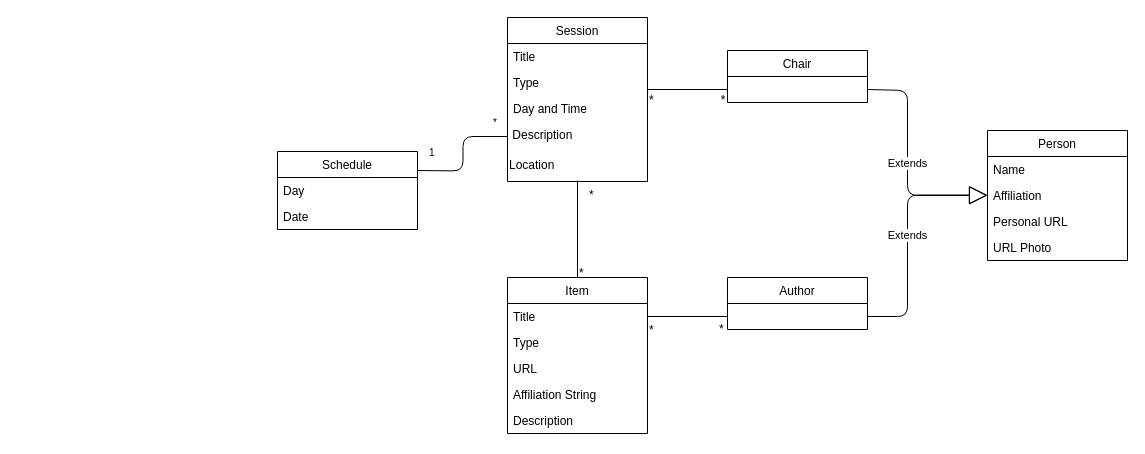
Earlier version of the draw.io diagram docs/DomainModel.drawio (softeng-feup/open-cx-mr-simba). Source tidied: cells renumbered, new cells numbered last; positions are measured from the earlier drawing's top-left corner, leaving out a move shared by most shapes. Both pictures are drawn from the tidied source at 100%, with x=0, y=0 at pixel (277, 17).
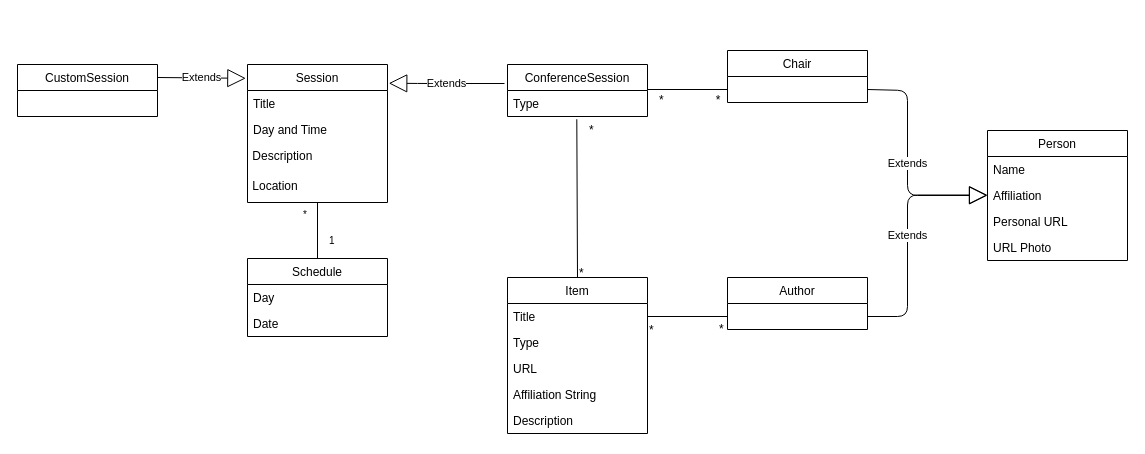
The same page after the edit.

The change refers to these unchanged cells:
```xml
<mxCell id="8" value="Item" style="swimlane;fontStyle=0;horizontal=1;startSize=26;fillColor=none;" parent="1" vertex="1">
  <mxGeometry x="230" y="260" width="140" height="156" as="geometry" />
</mxCell>
```

Change to the diagram source:
```diff
@@
     <mxCell id="2" value="Session" style="swimlane;fontStyle=0;horizontal=1;startSize=26;fillColor=none;" parent="1" vertex="1">
-      <mxGeometry x="230" width="140" height="164" as="geometry" />
+      <mxGeometry x="-30" y="47" width="140" height="138" as="geometry" />
     </mxCell>
@@
-    <mxCell id="4" value="Type" style="text;strokeColor=none;fillColor=none;align=left;verticalAlign=top;spacingLeft=4;spacingRight=4;overflow=hidden;points=[[0,0.5],[1,0.5]];portConstraint=eastwest;" parent="2" vertex="1">
-      <mxGeometry y="52" width="140" height="26" as="geometry" />
-    </mxCell>
     <mxCell id="5" value="Day and Time" style="text;strokeColor=none;fillColor=none;align=left;verticalAlign=top;spacingLeft=4;spacingRight=4;overflow=hidden;" parent="2" vertex="1">
-      <mxGeometry y="78" width="140" height="26" as="geometry" />
+      <mxGeometry y="52" width="140" height="26" as="geometry" />
     </mxCell>
     <mxCell id="6" value="&amp;nbsp;Description" style="text;html=1;" parent="2" vertex="1">
-      <mxGeometry y="104" width="140" height="30" as="geometry" />
+      <mxGeometry y="78" width="140" height="30" as="geometry" />
     </mxCell>
-    <mxCell id="7" value="Location" style="text;html=1;" parent="2" vertex="1">
-      <mxGeometry y="134" width="140" height="30" as="geometry" />
+    <mxCell id="7" value="&amp;nbsp;Location" style="text;html=1;" parent="2" vertex="1">
+      <mxGeometry y="108" width="140" height="30" as="geometry" />
     </mxCell>
@@
-    <mxCell id="23" style="endArrow=none;html=1;exitX=0.5;exitY=0;exitDx=0;exitDy=0;" parent="1" edge="1" source="8">
-      <mxGeometry relative="1" as="geometry">
-        <mxPoint x="300" y="163" as="targetPoint" />
-      </mxGeometry>
+    <mxCell id="23" style="endArrow=none;html=1;exitX=0.5;exitY=0;exitDx=0;exitDy=0;entryX=0.495;entryY=1.106;entryDx=0;entryDy=0;entryPerimeter=0;" parent="1" edge="1" source="8" target="4">
+      <mxGeometry relative="1" as="geometry" />
     </mxCell>
     <mxCell id="24" value="*" style="text;html=1;align=left;verticalAlign=top;spacingTop=-4;" parent="1" vertex="1">
-      <mxGeometry x="310" y="168" width="20" height="20" as="geometry" />
+      <mxGeometry x="310" y="103" width="20" height="20" as="geometry" />
     </mxCell>
@@
     <mxCell id="31" value="&lt;div&gt;*&lt;/div&gt;&lt;div&gt;&lt;br&gt;&lt;/div&gt;" style="text;html=1;align=left;verticalAlign=top;spacingTop=-4;" parent="1" vertex="1">
-      <mxGeometry x="370" y="73" width="20" height="30" as="geometry" />
+      <mxGeometry x="380" y="73" width="20" height="30" as="geometry" />
     </mxCell>
     <mxCell id="32" value="&amp;nbsp; *" style="text;html=1;align=left;verticalAlign=top;spacingTop=-4;" parent="1" vertex="1">
-      <mxGeometry x="435" y="73" width="30" height="20" as="geometry" />
+      <mxGeometry x="430" y="73" width="30" height="20" as="geometry" />
     </mxCell>
     <mxCell id="33" value="Schedule" style="swimlane;fontStyle=0;horizontal=1;startSize=26;fillColor=none;" parent="1" vertex="1">
-      <mxGeometry y="134" width="140" height="78" as="geometry" />
+      <mxGeometry x="-30" y="241" width="140" height="78" as="geometry" />
     </mxCell>
@@
-    <mxCell id="36" style="endArrow=none;html=1;edgeStyle=orthogonalEdgeStyle;entryX=0;entryY=0.5;entryDx=0;entryDy=0;" parent="1" edge="1" target="6">
+    <mxCell id="36" style="endArrow=none;html=1;edgeStyle=orthogonalEdgeStyle;exitX=0.5;exitY=0;exitDx=0;exitDy=0;" parent="1" edge="1" source="33">
       <mxGeometry relative="1" as="geometry">
-        <mxPoint x="140" y="153" as="sourcePoint" />
+        <mxPoint x="40" y="185" as="targetPoint" />
       </mxGeometry>
     </mxCell>
@@
     <mxCell id="38" value="*" style="html=1;align=right;verticalAlign=bottom;labelBackgroundColor=#ffffff;fontSize=10;" parent="36" vertex="1">
       <mxGeometry x="1" relative="1" as="geometry">
-        <mxPoint x="-10" y="-6" as="offset" />
+        <mxPoint x="-10" y="20" as="offset" />
       </mxGeometry>
     </mxCell>
+    <mxCell id="39" value="ConferenceSession" style="swimlane;fontStyle=0;horizontal=1;startSize=26;fillColor=none;" parent="1" vertex="1">
+      <mxGeometry x="230" y="47" width="140" height="52" as="geometry" />
+    </mxCell>
+    <mxCell id="4" value="Type" style="text;strokeColor=none;fillColor=none;align=left;verticalAlign=top;spacingLeft=4;spacingRight=4;overflow=hidden;points=[[0,0.5],[1,0.5]];portConstraint=eastwest;" parent="39" vertex="1">
+      <mxGeometry y="26" width="140" height="26" as="geometry" />
+    </mxCell>
+    <mxCell id="40" value="CustomSession" style="swimlane;fontStyle=0;horizontal=1;startSize=26;fillColor=none;" parent="1" vertex="1">
+      <mxGeometry x="-260" y="47" width="140" height="52" as="geometry" />
+    </mxCell>
+    <mxCell id="41" value="Extends" style="endArrow=block;endSize=16;endFill=0;html=1;entryX=1.009;entryY=0.136;entryDx=0;entryDy=0;entryPerimeter=0;" parent="1" edge="1" target="2">
+      <mxGeometry relative="1" as="geometry">
+        <mxPoint x="227" y="66" as="sourcePoint" />
+        <Array as="points">
+          <mxPoint x="150" y="66" />
+        </Array>
+      </mxGeometry>
+    </mxCell>
+    <mxCell id="42" value="Extends" style="endArrow=block;endSize=16;endFill=0;html=1;exitX=1;exitY=0.25;exitDx=0;exitDy=0;entryX=-0.012;entryY=0.1;entryDx=0;entryDy=0;entryPerimeter=0;" parent="1" edge="1" source="40" target="2">
+      <mxGeometry relative="1" as="geometry" />
+    </mxCell>
```
